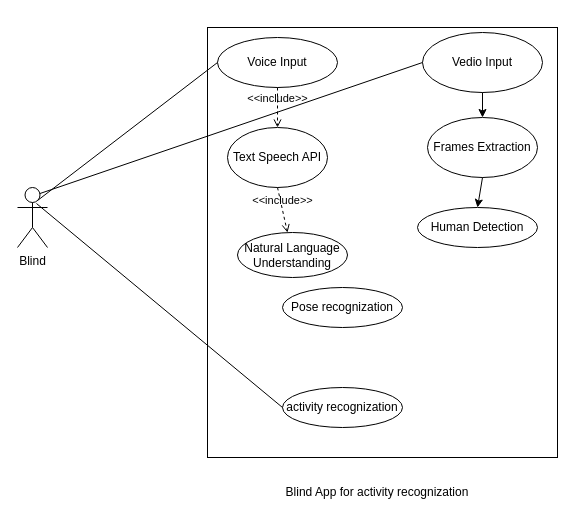
The draw.io diagram UseCase.drawio in ahmad2001hotmailyahoo/ahmad-arc, before the edit. Source tidied: cells renumbered, new cells numbered last; positions are measured from the earlier drawing's top-left corner, leaving out a move shared by most shapes. Both pictures are drawn from the tidied source at 100%, with x=0, y=0 at pixel (17, 27).
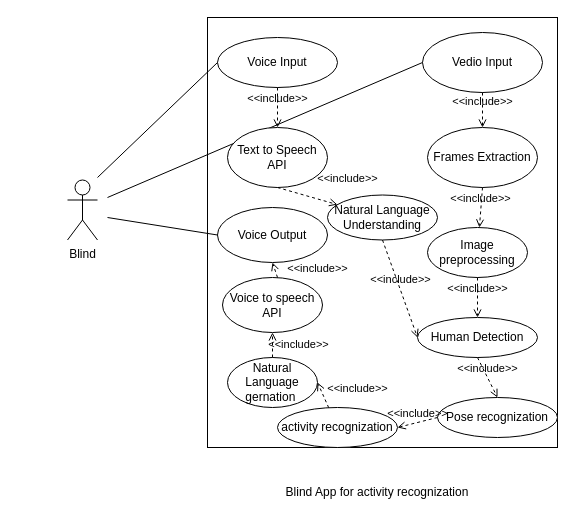
The same page after the edit.

Unchanged cells that the change refers to:
```xml
<mxCell id="4" value="Voice Input&lt;br&gt;" style="ellipse;whiteSpace=wrap;html=1;" parent="1" vertex="1">
  <mxGeometry x="200" y="10" width="120" height="50" as="geometry" />
</mxCell>
<mxCell id="11" value="Vedio Input" style="ellipse;whiteSpace=wrap;html=1;" parent="1" vertex="1">
  <mxGeometry x="405" y="5" width="120" height="60" as="geometry" />
</mxCell>
```

What changed in the source:
```diff
@@
     <mxCell id="2" value="Blind" style="shape=umlActor;verticalLabelPosition=bottom;verticalAlign=top;html=1;" parent="1" vertex="1">
-      <mxGeometry y="160" width="30" height="60" as="geometry" />
+      <mxGeometry x="50" y="152.5" width="30" height="60" as="geometry" />
     </mxCell>
     <mxCell id="3" style="rounded=0;whiteSpace=wrap;html=1;" parent="1" vertex="1">
-      <mxGeometry x="190" width="350" height="430" as="geometry" />
+      <mxGeometry x="190" y="-10" width="350" height="430" as="geometry" />
     </mxCell>
@@
     <mxCell id="5" value="Human Detection" style="ellipse;whiteSpace=wrap;html=1;" parent="1" vertex="1">
-      <mxGeometry x="400" y="180" width="120" height="40" as="geometry" />
+      <mxGeometry x="400" y="290" width="120" height="40" as="geometry" />
     </mxCell>
     <mxCell id="6" value="Pose recognization" style="ellipse;whiteSpace=wrap;html=1;" parent="1" vertex="1">
-      <mxGeometry x="265" y="260" width="120" height="40" as="geometry" />
+      <mxGeometry x="420" y="370" width="120" height="40" as="geometry" />
     </mxCell>
     <mxCell id="7" value="activity recognization" style="ellipse;whiteSpace=wrap;html=1;" parent="1" vertex="1">
-      <mxGeometry x="265" y="360" width="120" height="40" as="geometry" />
+      <mxGeometry x="260" y="380" width="120" height="40" as="geometry" />
     </mxCell>
-    <mxCell id="8" style="endArrow=none;html=1;rounded=0;exitX=0.667;exitY=0.217;exitDx=0;exitDy=0;exitPerimeter=0;entryX=0;entryY=0.5;entryDx=0;entryDy=0;" parent="1" edge="1" source="2" target="4">
-      <mxGeometry relative="1" as="geometry" />
+    <mxCell id="8" style="endArrow=none;html=1;rounded=0;entryX=0;entryY=0.5;entryDx=0;entryDy=0;" parent="1" edge="1" target="4">
+      <mxGeometry relative="1" as="geometry">
+        <mxPoint x="80" y="150" as="sourcePoint" />
+      </mxGeometry>
     </mxCell>
-    <mxCell id="9" style="endArrow=none;html=1;rounded=0;exitX=0.633;exitY=0.267;exitDx=0;exitDy=0;exitPerimeter=0;entryX=0;entryY=0.5;entryDx=0;entryDy=0;" parent="1" edge="1" source="2" target="7">
-      <mxGeometry relative="1" as="geometry" />
+    <mxCell id="9" style="endArrow=none;html=1;rounded=0;entryX=0;entryY=0.5;entryDx=0;entryDy=0;" parent="1" edge="1" target="31">
+      <mxGeometry relative="1" as="geometry">
+        <mxPoint x="90" y="190" as="sourcePoint" />
+      </mxGeometry>
     </mxCell>
@@
-    <mxCell id="12" style="endArrow=none;html=1;rounded=0;exitX=0.75;exitY=0.1;exitDx=0;exitDy=0;exitPerimeter=0;entryX=0;entryY=0.5;entryDx=0;entryDy=0;" parent="1" edge="1" source="2" target="11">
-      <mxGeometry relative="1" as="geometry" />
+    <mxCell id="12" style="endArrow=none;html=1;rounded=0;entryX=0;entryY=0.5;entryDx=0;entryDy=0;" parent="1" edge="1" target="11">
+      <mxGeometry relative="1" as="geometry">
+        <mxPoint x="90" y="170" as="sourcePoint" />
+      </mxGeometry>
     </mxCell>
-    <mxCell id="13" value="Text Speech API" style="ellipse;whiteSpace=wrap;html=1;" parent="1" vertex="1">
+    <mxCell id="13" value="Text to Speech API" style="ellipse;whiteSpace=wrap;html=1;" parent="1" vertex="1">
       <mxGeometry x="210" y="100" width="100" height="60" as="geometry" />
     </mxCell>
@@
     <mxCell id="15" value="Natural Language Understanding" style="ellipse;whiteSpace=wrap;html=1;" parent="1" vertex="1">
-      <mxGeometry x="220" y="205" width="110" height="45" as="geometry" />
+      <mxGeometry x="310" y="167.5" width="110" height="45" as="geometry" />
     </mxCell>
     <mxCell id="16" value="&amp;lt;&amp;lt;include&amp;gt;&amp;gt;" style="html=1;verticalAlign=bottom;labelBackgroundColor=none;endArrow=open;endFill=0;dashed=1;rounded=0;exitX=0.5;exitY=1;exitDx=0;exitDy=0;" parent="1" edge="1" source="13" target="15">
-      <mxGeometry relative="1" as="geometry" />
+      <mxGeometry x="1" y="20" relative="1" as="geometry">
+        <mxPoint x="5" y="2" as="offset" />
+      </mxGeometry>
     </mxCell>
     <mxCell id="17" value="Frames Extraction" style="ellipse;whiteSpace=wrap;html=1;" parent="1" vertex="1">
-      <mxGeometry x="410" y="90" width="110" height="60" as="geometry" />
+      <mxGeometry x="410" y="100" width="110" height="60" as="geometry" />
     </mxCell>
+    <mxCell id="20" style="edgeStyle=orthogonalEdgeStyle;rounded=0;orthogonalLoop=1;jettySize=auto;html=1;exitX=0.5;exitY=1;exitDx=0;exitDy=0;" parent="1" edge="1" source="5" target="5">
+      <mxGeometry relative="1" as="geometry" />
+    </mxCell>
-    <mxCell id="18" style="endArrow=classic;html=1;rounded=0;exitX=0.5;exitY=1;exitDx=0;exitDy=0;entryX=0.5;entryY=0;entryDx=0;entryDy=0;" parent="1" edge="1" source="11" target="17">
+    <mxCell id="18" value="&amp;lt;&amp;lt;include&amp;gt;&amp;gt;" style="html=1;verticalAlign=bottom;labelBackgroundColor=none;endArrow=open;endFill=0;dashed=1;rounded=0;exitX=0.5;exitY=1;exitDx=0;exitDy=0;" parent="1" edge="1" source="11" target="17">
       <mxGeometry relative="1" as="geometry" />
     </mxCell>
-    <mxCell id="19" style="endArrow=classic;html=1;rounded=0;exitX=0.5;exitY=1;exitDx=0;exitDy=0;entryX=0.5;entryY=0;entryDx=0;entryDy=0;" parent="1" edge="1" source="17" target="5">
-      <mxGeometry relative="1" as="geometry" />
-    </mxCell>
+    <mxCell id="21" value="Image preprocessing" style="ellipse;whiteSpace=wrap;html=1;" parent="1" vertex="1">
+      <mxGeometry x="410" y="200" width="100" height="50" as="geometry" />
+    </mxCell>
+    <mxCell id="22" value="&amp;lt;&amp;lt;include&amp;gt;&amp;gt;" style="html=1;verticalAlign=bottom;labelBackgroundColor=none;endArrow=open;endFill=0;dashed=1;rounded=0;exitX=0.5;exitY=1;exitDx=0;exitDy=0;" parent="1" edge="1" source="17" target="21">
+      <mxGeometry relative="1" as="geometry" />
+    </mxCell>
+    <mxCell id="23" value="&amp;lt;&amp;lt;include&amp;gt;&amp;gt;" style="html=1;verticalAlign=bottom;labelBackgroundColor=none;endArrow=open;endFill=0;dashed=1;rounded=0;exitX=0.5;exitY=1;exitDx=0;exitDy=0;entryX=0;entryY=0.5;entryDx=0;entryDy=0;" parent="1" edge="1" source="15" target="5">
+      <mxGeometry relative="1" as="geometry" />
+    </mxCell>
+    <mxCell id="24" value="&amp;lt;&amp;lt;include&amp;gt;&amp;gt;" style="html=1;verticalAlign=bottom;labelBackgroundColor=none;endArrow=open;endFill=0;dashed=1;rounded=0;" parent="1" edge="1" source="21" target="5">
+      <mxGeometry relative="1" as="geometry" />
+    </mxCell>
+    <mxCell id="25" value="&amp;lt;&amp;lt;include&amp;gt;&amp;gt;" style="html=1;verticalAlign=bottom;labelBackgroundColor=none;endArrow=open;endFill=0;dashed=1;rounded=0;exitX=0.5;exitY=1;exitDx=0;exitDy=0;entryX=0.5;entryY=0;entryDx=0;entryDy=0;" parent="1" edge="1" source="5" target="6">
+      <mxGeometry relative="1" as="geometry" />
+    </mxCell>
+    <mxCell id="26" value="&amp;lt;&amp;lt;include&amp;gt;&amp;gt;" style="html=1;verticalAlign=bottom;labelBackgroundColor=none;endArrow=open;endFill=0;dashed=1;rounded=0;exitX=0;exitY=0.5;exitDx=0;exitDy=0;entryX=1;entryY=0.5;entryDx=0;entryDy=0;" parent="1" edge="1" source="6" target="7">
+      <mxGeometry relative="1" as="geometry" />
+    </mxCell>
+    <mxCell id="27" value="Natural Language gernation&amp;nbsp;" style="ellipse;whiteSpace=wrap;html=1;" parent="1" vertex="1">
+      <mxGeometry x="210" y="330" width="90" height="50" as="geometry" />
+    </mxCell>
+    <mxCell id="28" value="&amp;lt;&amp;lt;include&amp;gt;&amp;gt;" style="html=1;verticalAlign=bottom;labelBackgroundColor=none;endArrow=open;endFill=0;dashed=1;rounded=0;entryX=1;entryY=0.5;entryDx=0;entryDy=0;" parent="1" edge="1" source="7" target="27">
+      <mxGeometry x="-1" y="-31" relative="1" as="geometry">
+        <mxPoint y="2" as="offset" />
+      </mxGeometry>
+    </mxCell>
+    <mxCell id="29" value="Voice to speech API" style="ellipse;whiteSpace=wrap;html=1;" parent="1" vertex="1">
+      <mxGeometry x="205" y="250" width="100" height="55" as="geometry" />
+    </mxCell>
+    <mxCell id="30" value="&amp;lt;&amp;lt;include&amp;gt;&amp;gt;" style="html=1;verticalAlign=bottom;labelBackgroundColor=none;endArrow=open;endFill=0;dashed=1;rounded=0;exitX=0.5;exitY=0;exitDx=0;exitDy=0;entryX=0.5;entryY=1;entryDx=0;entryDy=0;" parent="1" edge="1" source="27" target="29">
+      <mxGeometry x="-0.65" y="-26" relative="1" as="geometry" />
+    </mxCell>
+    <mxCell id="31" value="Voice Output" style="ellipse;whiteSpace=wrap;html=1;" parent="1" vertex="1">
+      <mxGeometry x="200" y="180" width="110" height="55" as="geometry" />
+    </mxCell>
+    <mxCell id="32" value="&amp;lt;&amp;lt;include&amp;gt;&amp;gt;" style="html=1;verticalAlign=bottom;labelBackgroundColor=none;endArrow=open;endFill=0;dashed=1;rounded=0;entryX=0.5;entryY=1;entryDx=0;entryDy=0;" parent="1" edge="1" target="31">
+      <mxGeometry x="-1" y="-40" relative="1" as="geometry">
+        <mxPoint x="260" y="250" as="sourcePoint" />
+        <mxPoint x="2" y="13" as="offset" />
+      </mxGeometry>
+    </mxCell>
```
